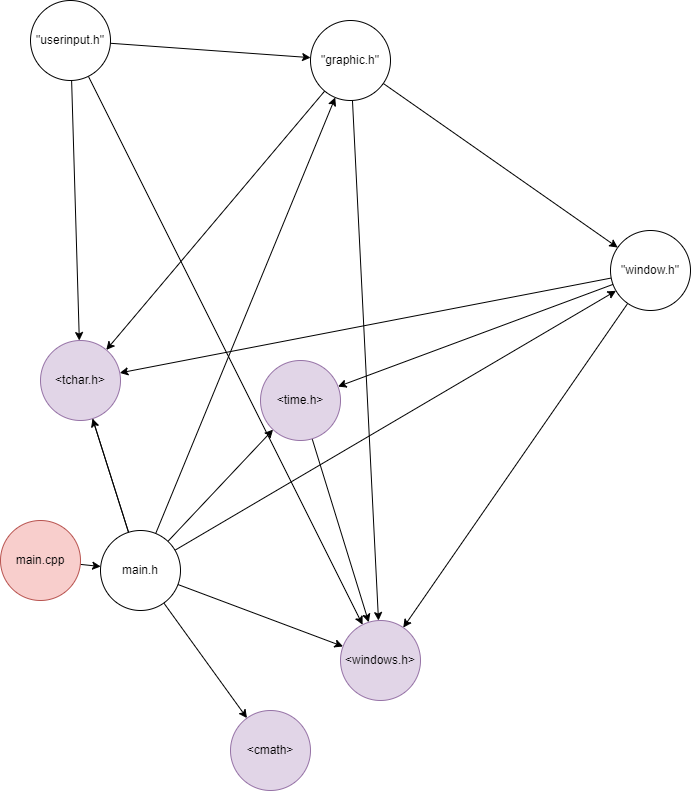
Above: drawio/include.drawio.png in Tanso-mct/GLPA (draw.io), before the change. Source tidied: cells renumbered, new cells last; positions are measured from the earlier drawing's top-left corner, leaving out a move shared by most shapes.
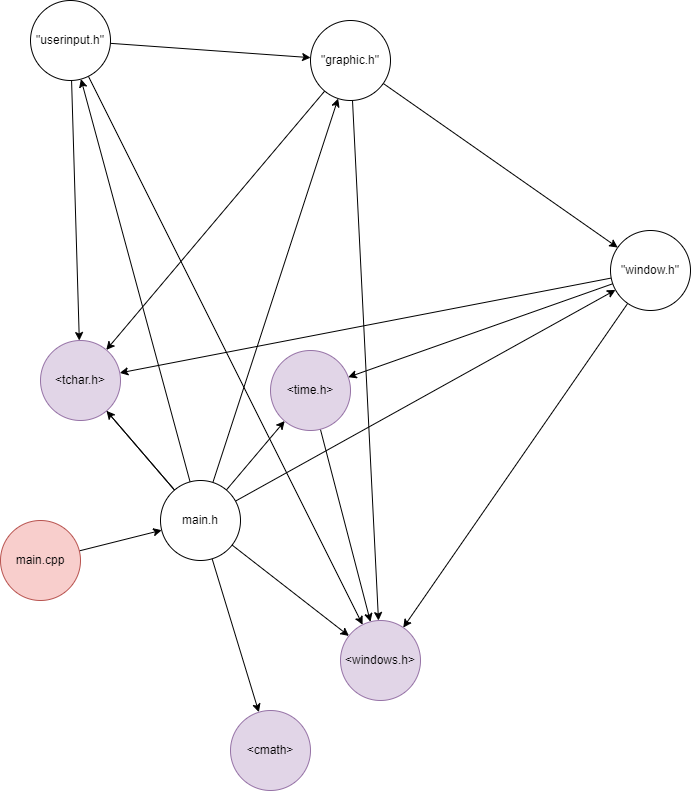
Above is the later version.

Diff of the diagram source:
```diff
@@ -26,8 +26,11 @@
     <mxCell id="9" style="edgeStyle=none;html=1;" parent="1" edge="1" source="10" target="20">
       <mxGeometry relative="1" as="geometry" />
     </mxCell>
+    <mxCell id="29" style="edgeStyle=none;html=1;" parent="1" edge="1" source="10" target="25">
+      <mxGeometry relative="1" as="geometry" />
+    </mxCell>
     <mxCell id="10" value="main.h" style="ellipse;whiteSpace=wrap;html=1;" parent="1" vertex="1">
-      <mxGeometry x="100" y="530" width="80" height="80" as="geometry" />
+      <mxGeometry x="160" y="480" width="80" height="80" as="geometry" />
     </mxCell>
     <mxCell id="11" value="&amp;lt;windows.h&amp;gt;" style="ellipse;whiteSpace=wrap;html=1;fillColor=#e1d5e7;strokeColor=#9673a6;" parent="1" vertex="1">
       <mxGeometry x="340" y="620" width="80" height="80" as="geometry" />
@@ -75,7 +78,7 @@
       <mxGeometry x="30" width="80" height="80" as="geometry" />
     </mxCell>
     <mxCell id="26" value="&amp;lt;time.h&amp;gt;" style="ellipse;whiteSpace=wrap;html=1;fillColor=#e1d5e7;strokeColor=#9673a6;" parent="1" vertex="1">
-      <mxGeometry x="260" y="360" width="80" height="80" as="geometry" />
+      <mxGeometry x="270" y="350" width="80" height="80" as="geometry" />
     </mxCell>
     <mxCell id="27" style="edgeStyle=none;html=1;endArrow=none;" parent="1" edge="1" source="10" target="28">
       <mxGeometry relative="1" as="geometry" />
```
